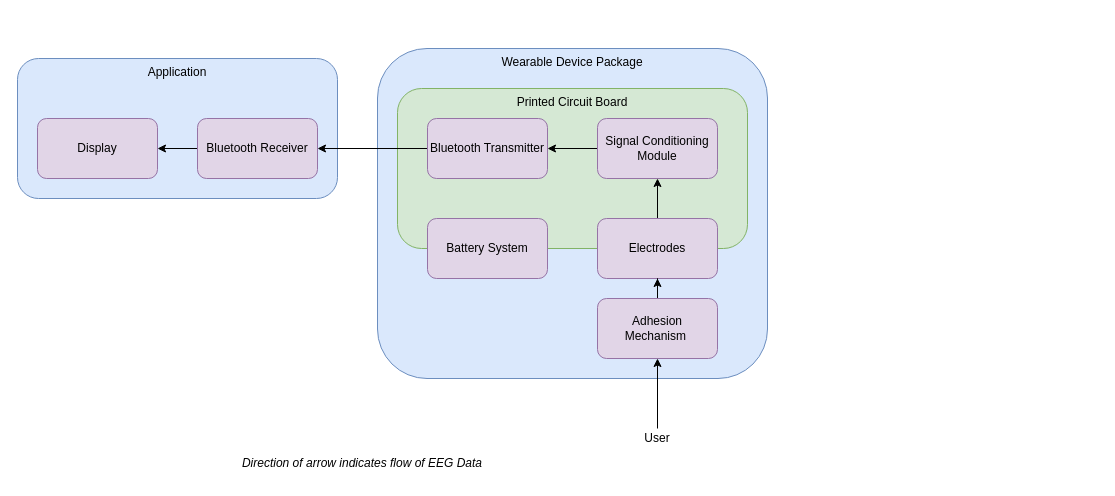
JY68-Werable-EEG-Sensor/Wearable-EEG-Sensor keeps this draw.io diagram as SystemArchitecture.drawio. Above is the earlier version. Source tidied: cells renumbered, new cells numbered last; positions are measured from the earlier drawing's top-left corner, leaving out a move shared by most shapes. Both pictures are drawn from the tidied source at 100%, with x=0, y=0 at pixel (17, 48).
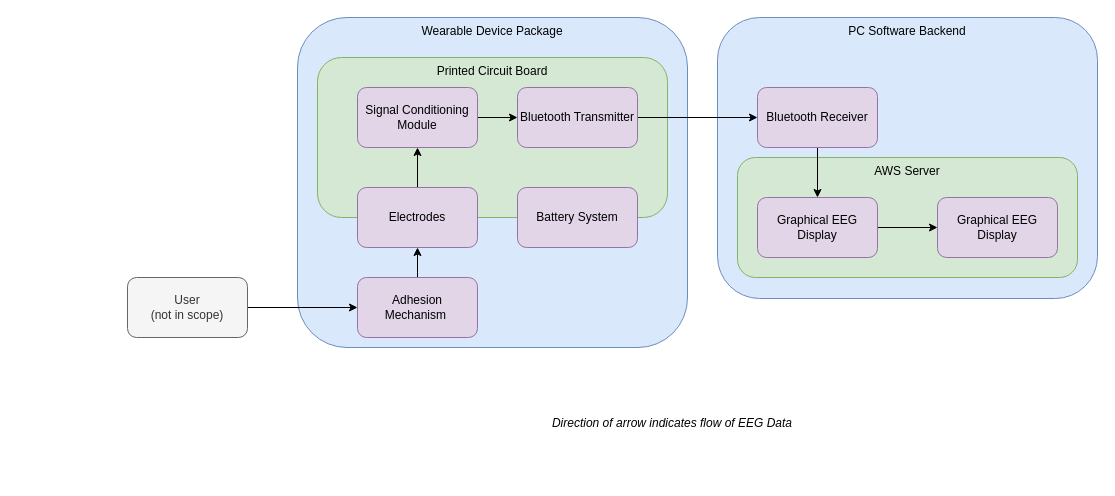
The same page after the edit.

The edit, as a diff of the source:
```diff
@@
-    <mxCell id="2" value="Application" style="rounded=1;whiteSpace=wrap;html=1;verticalAlign=top;fillColor=#dae8fc;strokeColor=#6c8ebf;" parent="1" vertex="1">
-      <mxGeometry y="10" width="320" height="140" as="geometry" />
+    <mxCell id="2" value="PC Software Backend" style="rounded=1;whiteSpace=wrap;html=1;verticalAlign=top;fillColor=#dae8fc;strokeColor=#6c8ebf;" parent="1" vertex="1">
+      <mxGeometry x="700" y="-31" width="380" height="281" as="geometry" />
     </mxCell>
+    <mxCell id="21" value="AWS Server" style="rounded=1;whiteSpace=wrap;html=1;verticalAlign=top;fillColor=#d5e8d4;strokeColor=#82b366;" parent="1" vertex="1">
+      <mxGeometry x="720" y="109" width="340" height="120" as="geometry" />
+    </mxCell>
     <mxCell id="3" value="Wearable Device Package" style="rounded=1;whiteSpace=wrap;html=1;verticalAlign=top;fillColor=#dae8fc;strokeColor=#6c8ebf;" parent="1" vertex="1">
-      <mxGeometry x="360" width="390" height="330" as="geometry" />
+      <mxGeometry x="280" y="-31" width="390" height="330" as="geometry" />
     </mxCell>
-    <mxCell id="4" style="edgeStyle=orthogonalEdgeStyle;rounded=0;jettySize=auto;html=1;exitX=0;exitY=0.5;exitDx=0;exitDy=0;entryX=1;entryY=0.5;entryDx=0;entryDy=0;" parent="1" edge="1" source="5" target="9">
-      <mxGeometry relative="1" as="geometry" />
-    </mxCell>
+    <mxCell id="22" style="edgeStyle=orthogonalEdgeStyle;rounded=0;jettySize=auto;html=1;exitX=0.5;exitY=1;exitDx=0;exitDy=0;" parent="1" edge="1" source="5" target="25">
+      <mxGeometry relative="1" as="geometry" />
+    </mxCell>
     <mxCell id="5" value="Bluetooth Receiver" style="rounded=1;whiteSpace=wrap;html=1;fillColor=#e1d5e7;strokeColor=#9673a6;" parent="1" vertex="1">
-      <mxGeometry x="180" y="70" width="120" height="60" as="geometry" />
+      <mxGeometry x="740" y="39" width="120" height="60" as="geometry" />
     </mxCell>
     <mxCell id="6" value="Printed Circuit Board" style="rounded=1;whiteSpace=wrap;html=1;verticalAlign=top;fillColor=#d5e8d4;strokeColor=#82b366;" parent="1" vertex="1">
-      <mxGeometry x="380" y="40" width="350" height="160" as="geometry" />
+      <mxGeometry x="300" y="9" width="350" height="160" as="geometry" />
     </mxCell>
-    <mxCell id="7" style="edgeStyle=orthogonalEdgeStyle;rounded=0;jettySize=auto;html=1;exitX=0;exitY=0.5;exitDx=0;exitDy=0;entryX=1;entryY=0.5;entryDx=0;entryDy=0;" parent="1" edge="1" source="8" target="5">
+    <mxCell id="7" style="edgeStyle=orthogonalEdgeStyle;rounded=0;jettySize=auto;html=1;exitX=1;exitY=0.5;exitDx=0;exitDy=0;" parent="1" edge="1" source="8" target="5">
       <mxGeometry relative="1" as="geometry" />
     </mxCell>
     <mxCell id="8" value="Bluetooth Transmitter" style="rounded=1;whiteSpace=wrap;html=1;fillColor=#e1d5e7;strokeColor=#9673a6;" parent="1" vertex="1">
-      <mxGeometry x="410" y="70" width="120" height="60" as="geometry" />
+      <mxGeometry x="500" y="39" width="120" height="60" as="geometry" />
     </mxCell>
-    <mxCell id="9" value="Display" style="rounded=1;whiteSpace=wrap;html=1;fillColor=#e1d5e7;strokeColor=#9673a6;" parent="1" vertex="1">
-      <mxGeometry x="20" y="70" width="120" height="60" as="geometry" />
-    </mxCell>
@@
     <mxCell id="12" value="Electrodes" style="rounded=1;whiteSpace=wrap;html=1;fillColor=#e1d5e7;strokeColor=#9673a6;" parent="1" vertex="1">
-      <mxGeometry x="580" y="170" width="120" height="60" as="geometry" />
+      <mxGeometry x="340" y="139" width="120" height="60" as="geometry" />
     </mxCell>
@@
     <mxCell id="14" value="Adhesion Mechanism&amp;nbsp;" style="rounded=1;whiteSpace=wrap;html=1;fillColor=#e1d5e7;strokeColor=#9673a6;" parent="1" vertex="1">
-      <mxGeometry x="580" y="250" width="120" height="60" as="geometry" />
+      <mxGeometry x="340" y="229" width="120" height="60" as="geometry" />
     </mxCell>
     <mxCell id="15" value="Battery System" style="rounded=1;whiteSpace=wrap;html=1;fillColor=#e1d5e7;strokeColor=#9673a6;" parent="1" vertex="1">
-      <mxGeometry x="410" y="170" width="120" height="60" as="geometry" />
+      <mxGeometry x="500" y="139" width="120" height="60" as="geometry" />
     </mxCell>
-    <mxCell id="16" style="edgeStyle=orthogonalEdgeStyle;rounded=0;jettySize=auto;html=1;exitX=0;exitY=0.5;exitDx=0;exitDy=0;entryX=1;entryY=0.5;entryDx=0;entryDy=0;" parent="1" edge="1" source="17" target="8">
+    <mxCell id="16" style="edgeStyle=orthogonalEdgeStyle;rounded=0;jettySize=auto;html=1;exitX=1;exitY=0.5;exitDx=0;exitDy=0;entryX=0;entryY=0.5;entryDx=0;entryDy=0;" parent="1" edge="1" source="17" target="8">
       <mxGeometry relative="1" as="geometry" />
     </mxCell>
     <mxCell id="17" value="Signal Conditioning Module" style="rounded=1;whiteSpace=wrap;html=1;fillColor=#e1d5e7;strokeColor=#9673a6;" parent="1" vertex="1">
-      <mxGeometry x="580" y="70" width="120" height="60" as="geometry" />
+      <mxGeometry x="340" y="39" width="120" height="60" as="geometry" />
     </mxCell>
     <mxCell id="18" value="&lt;i&gt;Direction of arrow indicates flow of EEG Data&lt;/i&gt;" style="text;html=1;strokeColor=none;fillColor=none;align=center;verticalAlign=middle;whiteSpace=wrap;rounded=0;" parent="1" vertex="1">
-      <mxGeometry x="220" y="400" width="250" height="30" as="geometry" />
+      <mxGeometry x="530" y="360" width="250" height="30" as="geometry" />
     </mxCell>
-    <mxCell id="19" style="edgeStyle=orthogonalEdgeStyle;rounded=0;jettySize=auto;html=1;exitX=0.5;exitY=0;exitDx=0;exitDy=0;" parent="1" edge="1" source="20" target="14">
-      <mxGeometry relative="1" as="geometry" />
-    </mxCell>
-    <mxCell id="20" value="User" style="text;html=1;strokeColor=none;fillColor=none;align=center;verticalAlign=middle;whiteSpace=wrap;rounded=0;" parent="1" vertex="1">
-      <mxGeometry x="610" y="380" width="60" height="20" as="geometry" />
-    </mxCell>
+    <mxCell id="23" value="Graphical EEG Display" style="rounded=1;whiteSpace=wrap;html=1;fillColor=#e1d5e7;strokeColor=#9673a6;" parent="1" vertex="1">
+      <mxGeometry x="920" y="149" width="120" height="60" as="geometry" />
+    </mxCell>
+    <mxCell id="24" style="edgeStyle=orthogonalEdgeStyle;rounded=0;jettySize=auto;html=1;exitX=1;exitY=0.5;exitDx=0;exitDy=0;entryX=0;entryY=0.5;entryDx=0;entryDy=0;" parent="1" edge="1" source="25" target="23">
+      <mxGeometry relative="1" as="geometry" />
+    </mxCell>
+    <mxCell id="25" value="Graphical EEG Display" style="rounded=1;whiteSpace=wrap;html=1;fillColor=#e1d5e7;strokeColor=#9673a6;" parent="1" vertex="1">
+      <mxGeometry x="740" y="149" width="120" height="60" as="geometry" />
+    </mxCell>
+    <mxCell id="26" style="edgeStyle=orthogonalEdgeStyle;rounded=0;jettySize=auto;html=1;exitX=1;exitY=0.5;exitDx=0;exitDy=0;entryX=0;entryY=0.5;entryDx=0;entryDy=0;" parent="1" edge="1" source="27" target="14">
+      <mxGeometry relative="1" as="geometry" />
+    </mxCell>
+    <mxCell id="27" value="User &lt;br&gt;(not in scope)" style="rounded=1;whiteSpace=wrap;html=1;fillColor=#f5f5f5;fontColor=#333333;strokeColor=#666666;" parent="1" vertex="1">
+      <mxGeometry x="110" y="229" width="120" height="60" as="geometry" />
+    </mxCell>
```
